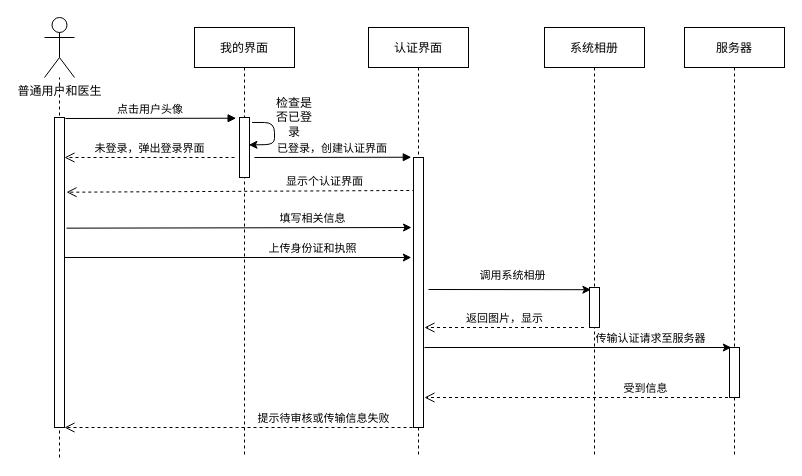
This is 认证功能时序图.drawio from Darius-H/Diagram-Folder, a draw.io file, before an edit. Source tidied: cells renumbered, new cells numbered last; positions are measured from the earlier drawing's top-left corner, leaving out a move shared by most shapes. Both pictures are drawn from the tidied source at 100%, with x=0, y=0 at pixel (44, 17).
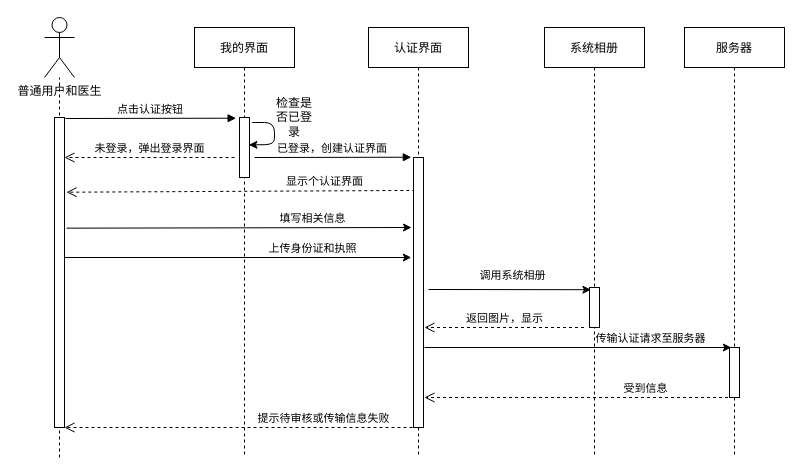
The same page after the edit.

The change refers to these unchanged cells:
```xml
<mxCell id="3" style="points=[];perimeter=orthogonalPerimeter;rounded=0;shadow=0;strokeWidth=1;" parent="2" vertex="1">
  <mxGeometry x="45" y="90" width="10" height="60" as="geometry" />
</mxCell>
```

Diff of the diagram source:
```diff
@@
-    <mxCell id="10" value="点击用户头像" style="verticalAlign=bottom;endArrow=block;shadow=0;strokeWidth=1;entryX=-0.34;entryY=0.012;entryDx=0;entryDy=0;entryPerimeter=0;" parent="1" edge="1" target="3">
+    <mxCell id="10" value="点击认证按钮" style="verticalAlign=bottom;endArrow=block;shadow=0;strokeWidth=1;entryX=-0.34;entryY=0.012;entryDx=0;entryDy=0;entryPerimeter=0;" parent="1" edge="1" target="3">
       <mxGeometry relative="1" as="geometry">
         <mxPoint x="21" y="101" as="sourcePoint" />
       </mxGeometry>
     </mxCell>
```
